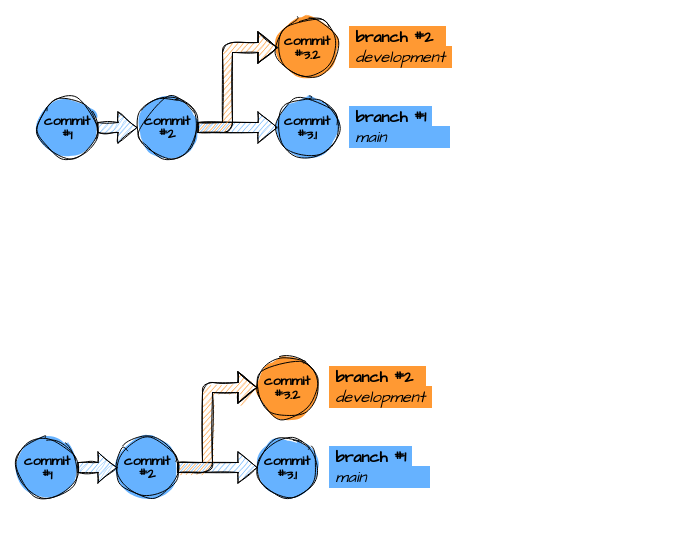
The draw.io diagram src/images/git-branches.drawio in Jure-D/Git-cheatsheet, before the edit. Source tidied: cells renumbered, new cells numbered last; positions are measured from the earlier drawing's top-left corner, leaving out a move shared by most shapes. Both pictures are drawn from the tidied source at 100%, with x=0, y=0 at pixel (17, 17).
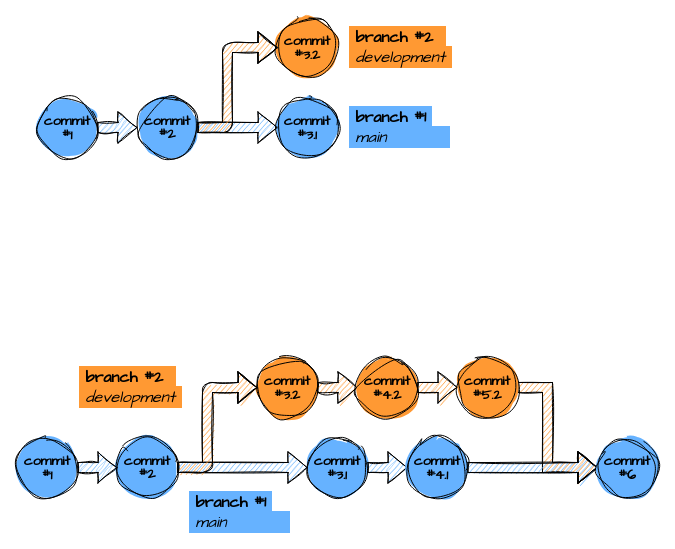
The same page after the edit.

The change refers to these unchanged cells:
```xml
<mxCell id="27" value="&lt;p style=&quot;line-height: 80%;&quot;&gt;&lt;b style=&quot;font-size: 14px;&quot;&gt;commit&lt;br&gt;#3.2&lt;br&gt;&lt;/b&gt;&lt;/p&gt;" style="text;html=1;strokeColor=none;fillColor=none;align=center;verticalAlign=middle;whiteSpace=wrap;rounded=0;fontSize=16;fontFamily=Comic Sans MS;" parent="1" vertex="1">
  <mxGeometry x="240" y="355" width="60" height="30" as="geometry" />
</mxCell>
```

What changed in the source:
```diff
@@
+    <mxCell id="28" style="edgeStyle=orthogonalEdgeStyle;shape=flexArrow;rounded=0;sketch=1;jettySize=auto;html=1;entryX=0;entryY=0.5;entryDx=0;entryDy=0;fillColor=#FF9933;" parent="1" edge="1" source="38" target="40">
+      <mxGeometry relative="1" as="geometry">
+        <Array as="points">
+          <mxPoint x="530" y="370" />
+          <mxPoint x="530" y="450" />
+        </Array>
+      </mxGeometry>
+    </mxCell>
@@
     <mxCell id="16" style="ellipse;whiteSpace=wrap;html=1;fillColor=#66B2FF;fillStyle=solid;sketch=1;curveFitting=1;jiggle=2;" parent="1" vertex="1">
-      <mxGeometry x="240" y="420" width="60" height="60" as="geometry" />
+      <mxGeometry x="290" y="420" width="60" height="60" as="geometry" />
     </mxCell>
@@
     <mxCell id="20" value="&lt;font style=&quot;font-size: 16px; background-color: rgb(102, 178, 255);&quot; face=&quot;Comic Sans MS&quot;&gt;&lt;b&gt;&amp;nbsp;branch #1&amp;nbsp;&lt;br&gt;&amp;nbsp;&lt;/b&gt;&lt;i&gt;main&amp;nbsp; &amp;nbsp; &amp;nbsp; &amp;nbsp; &amp;nbsp;&lt;/i&gt;&lt;b&gt;&amp;nbsp;&lt;/b&gt;&lt;/font&gt;" style="text;html=1;strokeColor=none;fillColor=none;align=left;verticalAlign=middle;whiteSpace=wrap;rounded=0;" parent="1" vertex="1">
-      <mxGeometry x="310" y="435" width="110" height="30" as="geometry" />
+      <mxGeometry x="170" y="480" width="110" height="30" as="geometry" />
     </mxCell>
     <mxCell id="21" value="&lt;font face=&quot;Comic Sans MS&quot;&gt;&lt;span style=&quot;font-size: 16px; background-color: rgb(255, 153, 51);&quot;&gt;&lt;b&gt;&amp;nbsp;branch #2&amp;nbsp;&amp;nbsp;&lt;/b&gt;&lt;br&gt;&lt;b&gt;&amp;nbsp;&lt;/b&gt;&lt;i style=&quot;&quot;&gt;development&lt;/i&gt;&amp;nbsp;&lt;/span&gt;&lt;/font&gt;" style="text;html=1;strokeColor=none;fillColor=none;align=left;verticalAlign=middle;whiteSpace=wrap;rounded=0;" parent="1" vertex="1">
-      <mxGeometry x="310" y="355" width="120" height="30" as="geometry" />
+      <mxGeometry x="60" y="355" width="120" height="30" as="geometry" />
     </mxCell>
@@
+    <mxCell id="29" style="edgeStyle=orthogonalEdgeStyle;shape=flexArrow;rounded=0;sketch=1;jettySize=auto;html=1;fillColor=#66B2FF;" parent="1" edge="1" source="26" target="33">
+      <mxGeometry relative="1" as="geometry" />
+    </mxCell>
     <mxCell id="26" value="&lt;p style=&quot;line-height: 80%;&quot;&gt;&lt;b style=&quot;font-size: 14px;&quot;&gt;commit&lt;br&gt;#3.1&lt;br&gt;&lt;/b&gt;&lt;/p&gt;" style="text;html=1;strokeColor=none;fillColor=none;align=center;verticalAlign=middle;whiteSpace=wrap;rounded=0;fontSize=16;fontFamily=Comic Sans MS;" parent="1" vertex="1">
-      <mxGeometry x="240" y="435" width="60" height="30" as="geometry" />
+      <mxGeometry x="290" y="435" width="60" height="30" as="geometry" />
     </mxCell>
+    <mxCell id="30" style="edgeStyle=orthogonalEdgeStyle;rounded=0;jettySize=auto;html=1;entryX=0;entryY=0.5;entryDx=0;entryDy=0;sketch=1;curveFitting=1;jiggle=2;shape=flexArrow;fillColor=#FF9933;" parent="1" edge="1" source="27" target="36">
+      <mxGeometry relative="1" as="geometry" />
+    </mxCell>
@@
+    <mxCell id="31" style="ellipse;whiteSpace=wrap;html=1;fillColor=#66B2FF;fillStyle=solid;sketch=1;curveFitting=1;jiggle=2;" parent="1" vertex="1">
+      <mxGeometry x="390" y="420" width="60" height="60" as="geometry" />
+    </mxCell>
+    <mxCell id="32" style="edgeStyle=orthogonalEdgeStyle;shape=flexArrow;rounded=0;sketch=1;jettySize=auto;html=1;entryX=0;entryY=0.5;entryDx=0;entryDy=0;fillColor=#66B2FF;" parent="1" edge="1" source="33" target="40">
+      <mxGeometry relative="1" as="geometry" />
+    </mxCell>
+    <mxCell id="33" value="&lt;p style=&quot;line-height: 80%;&quot;&gt;&lt;b style=&quot;font-size: 14px;&quot;&gt;commit&lt;br&gt;#4.1&lt;br&gt;&lt;/b&gt;&lt;/p&gt;" style="text;html=1;strokeColor=none;fillColor=none;align=center;verticalAlign=middle;whiteSpace=wrap;rounded=0;fontSize=16;fontFamily=Comic Sans MS;" parent="1" vertex="1">
+      <mxGeometry x="390" y="435" width="60" height="30" as="geometry" />
+    </mxCell>
+    <mxCell id="34" style="ellipse;whiteSpace=wrap;html=1;fillStyle=solid;fillColor=#FF9933;sketch=1;curveFitting=1;jiggle=2;" parent="1" vertex="1">
+      <mxGeometry x="340" y="340" width="60" height="60" as="geometry" />
+    </mxCell>
+    <mxCell id="35" style="edgeStyle=orthogonalEdgeStyle;shape=flexArrow;rounded=0;sketch=1;jettySize=auto;html=1;entryX=0;entryY=0.5;entryDx=0;entryDy=0;fillColor=#FF9933;" parent="1" edge="1" source="36" target="38">
+      <mxGeometry relative="1" as="geometry" />
+    </mxCell>
+    <mxCell id="36" value="&lt;p style=&quot;line-height: 80%;&quot;&gt;&lt;b style=&quot;font-size: 14px;&quot;&gt;commit&lt;br&gt;#4.2&lt;br&gt;&lt;/b&gt;&lt;/p&gt;" style="text;html=1;strokeColor=none;fillColor=none;align=center;verticalAlign=middle;whiteSpace=wrap;rounded=0;fontSize=16;fontFamily=Comic Sans MS;" parent="1" vertex="1">
+      <mxGeometry x="340" y="355" width="60" height="30" as="geometry" />
+    </mxCell>
+    <mxCell id="37" style="ellipse;whiteSpace=wrap;html=1;fillStyle=solid;fillColor=#FF9933;sketch=1;curveFitting=1;jiggle=2;" parent="1" vertex="1">
+      <mxGeometry x="440" y="340" width="60" height="60" as="geometry" />
+    </mxCell>
+    <mxCell id="38" value="&lt;p style=&quot;line-height: 80%;&quot;&gt;&lt;b style=&quot;font-size: 14px;&quot;&gt;commit&lt;br&gt;#5.2&lt;br&gt;&lt;/b&gt;&lt;/p&gt;" style="text;html=1;strokeColor=none;fillColor=none;align=center;verticalAlign=middle;whiteSpace=wrap;rounded=0;fontSize=16;fontFamily=Comic Sans MS;" parent="1" vertex="1">
+      <mxGeometry x="440" y="355" width="60" height="30" as="geometry" />
+    </mxCell>
+    <mxCell id="39" style="ellipse;whiteSpace=wrap;html=1;fillColor=#66B2FF;fillStyle=solid;sketch=1;curveFitting=1;jiggle=2;" parent="1" vertex="1">
+      <mxGeometry x="580" y="420" width="60" height="60" as="geometry" />
+    </mxCell>
+    <mxCell id="40" value="&lt;p style=&quot;line-height: 80%;&quot;&gt;&lt;b style=&quot;font-size: 14px;&quot;&gt;commit&lt;br&gt;#6&lt;br&gt;&lt;/b&gt;&lt;/p&gt;" style="text;html=1;strokeColor=none;fillColor=none;align=center;verticalAlign=middle;whiteSpace=wrap;rounded=0;fontSize=16;fontFamily=Comic Sans MS;" parent="1" vertex="1">
+      <mxGeometry x="580" y="435" width="60" height="30" as="geometry" />
+    </mxCell>
```
